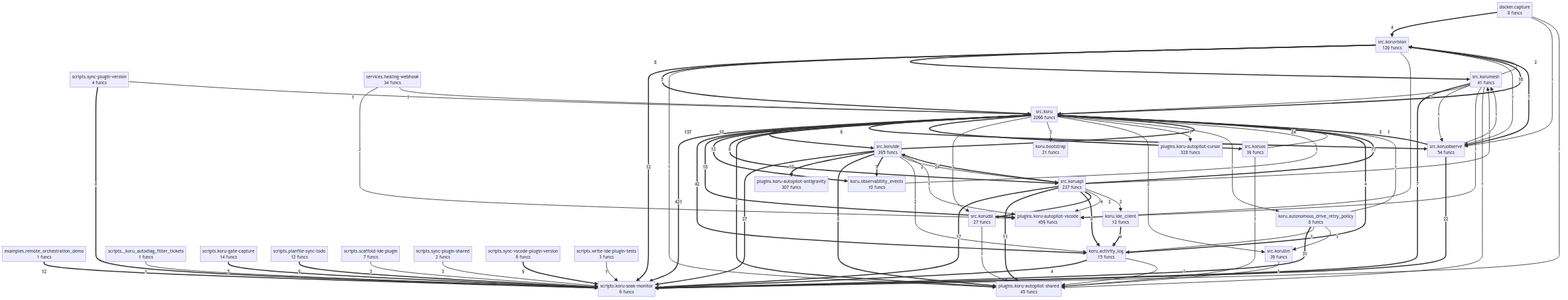
Above: project/compact_flow.png in semcod/koru (Mermaid), before the change. Its source is kept beside it as project/compact_flow.mmd.
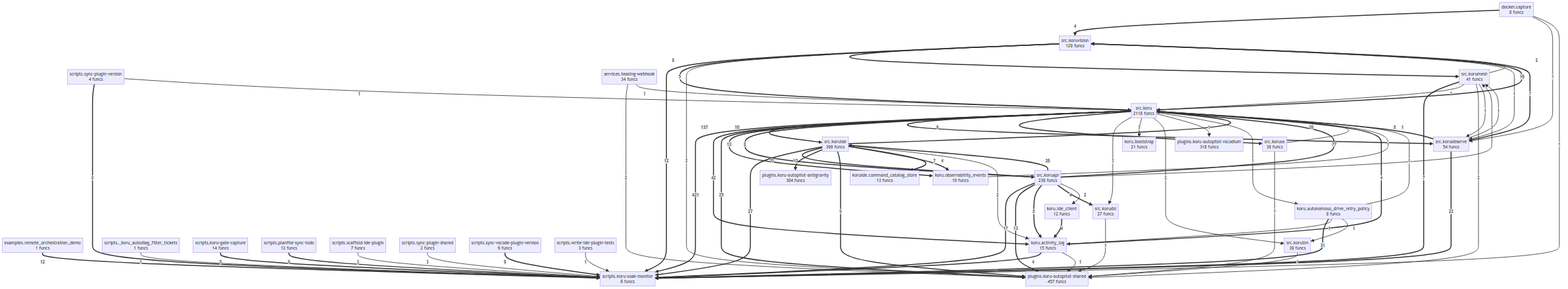
The same diagram one commit later.

Change to the diagram source:
```diff
@@ -6,10 +6,10 @@
     koru__bootstrap["koru.bootstrap<br/>21 funcs"]
     koru__ide_client["koru.ide_client<br/>12 funcs"]
     koru__observability_events["koru.observability_events<br/>10 funcs"]
-    plugins__koru_autopilot_antigravity["plugins.koru-autopilot-antigravity<br/>307 funcs"]
-    plugins__koru_autopilot_cursor["plugins.koru-autopilot-cursor<br/>328 funcs"]
-    plugins__koru_autopilot_shared["plugins.koru-autopilot-shared<br/>45 funcs"]
-    plugins__koru_autopilot_vscode["plugins.koru-autopilot-vscode<br/>459 funcs"]
+    koruide__command_catalog_store["koruide.command_catalog_store<br/>13 funcs"]
+    plugins__koru_autopilot_antigravity["plugins.koru-autopilot-antigravity<br/>304 funcs"]
+    plugins__koru_autopilot_shared["plugins.koru-autopilot-shared<br/>457 funcs"]
+    plugins__koru_autopilot_vscodium["plugins.koru-autopilot-vscodium<br/>318 funcs"]
     scripts___koru_autodiag_filter_tickets["scripts._koru_autodiag_filter_tickets<br/>1 funcs"]
     scripts__koru_gate_capture["scripts.koru-gate-capture<br/>14 funcs"]
     scripts__koru_soak_monitor["scripts.koru-soak-monitor<br/>6 funcs"]
@@ -20,10 +20,10 @@
     scripts__sync_vscode_plugin_version["scripts.sync-vscode-plugin-version<br/>6 funcs"]
     scripts__write_ide_plugin_tests["scripts.write-ide-plugin-tests<br/>3 funcs"]
     services__healing_webhook["services.healing-webhook<br/>34 funcs"]
-    src__koru["src.koru<br/>2066 funcs"]
-    src__koruapi["src.koruapi<br/>237 funcs"]
+    src__koru["src.koru<br/>2118 funcs"]
+    src__koruapi["src.koruapi<br/>239 funcs"]
     src__korudsl["src.korudsl<br/>27 funcs"]
-    src__koruide["src.koruide<br/>395 funcs"]
+    src__koruide["src.koruide<br/>399 funcs"]
     src__korullm["src.korullm<br/>39 funcs"]
     src__korumesh["src.korumesh<br/>41 funcs"]
     src__koruobserve["src.koruobserve<br/>54 funcs"]
@@ -35,34 +35,35 @@
     src__koru ==>|42| koru__activity_log
     koru__autonomous_drive_retry_policy ==>|31| scripts__koru_soak_monitor
     src__koruide ==>|27| scripts__koru_soak_monitor
-    src__koruapi ==>|24| src__koruide
-    src__koruide ==>|24| src__koru
+    src__koruapi ==>|26| src__koruide
+    src__koruide ==>|26| src__koru
+    src__koru ==>|25| plugins__koru_autopilot_shared
     src__koruobserve ==>|22| scripts__koru_soak_monitor
-    src__koru ==>|18| plugins__koru_autopilot_vscode
+    src__koruide ==>|20| src__koruapi
     src__koruapi ==>|17| scripts__koru_soak_monitor
     src__koru ==>|16| src__koruvision
+    src__koruapi ==>|13| plugins__koru_autopilot_shared
     src__koru ==>|13| koru__observability_events
     examples__remote_orchestration_demo ==>|12| scripts__koru_soak_monitor
     src__koruvision ==>|12| scripts__koru_soak_monitor
-    src__koruapi ==>|11| plugins__koru_autopilot_shared
     src__koruide ==>|10| plugins__koru_autopilot_antigravity
     src__koru ==>|10| src__koruobserve
+    src__koruide ==>|9| plugins__koru_autopilot_shared
     scripts__planfile_sync_todo ==>|9| scripts__koru_soak_monitor
     scripts__sync_vscode_plugin_version ==>|9| scripts__koru_soak_monitor
     src__koruobserve ==>|8| src__koru
     src__koruapi ==>|8| koru__activity_log
     src__koruvision ==>|8| src__korumesh
-    src__koruide ==>|8| plugins__koru_autopilot_shared
     src__koru ==>|8| src__koruapi
     scripts__sync_plugin_version ==>|8| scripts__koru_soak_monitor
     src__koruobserve ==>|7| src__koruvision
     src__korumesh ==>|7| scripts__koru_soak_monitor
-    src__koru ==>|7| plugins__koru_autopilot_shared
     src__koruide ==>|7| koru__observability_events
     src__koru ==>|6| src__koruos
     src__koruvision ==>|5| src__koru
     scripts__koru_gate_capture ==>|5| scripts__koru_soak_monitor
     src__koruapi ==>|4| src__korudsl
+    src__koruide ==>|4| koruide__command_catalog_store
     koru__ide_client ==>|4| koru__activity_log
     koru__activity_log ==>|4| src__koru
     koru__activity_log ==>|4| scripts__koru_soak_monitor
@@ -72,28 +73,23 @@
     src__koru -->|3| koru__bootstrap
     scripts__sync_plugin_shared -->|3| scripts__koru_soak_monitor
     scripts__scaffold_ide_plugin -->|3| scripts__koru_soak_monitor
-    services__healing_webhook -->|2| plugins__koru_autopilot_vscode
-    src__koruapi -->|2| plugins__koru_autopilot_vscode
+    services__healing_webhook -->|2| plugins__koru_autopilot_shared
     src__koruapi -->|2| koru__ide_client
+    src__koruvision -->|2| plugins__koru_autopilot_shared
     src__korumesh -->|2| src__koru
     src__korumesh -->|2| src__koruvision
+    src__korumesh -->|2| plugins__koru_autopilot_shared
     src__koruide -->|2| koru__activity_log
     src__koru -->|2| src__korullm
-    src__koruide -->|2| src__koruapi
     services__healing_webhook -->|1| src__koru
     src__koruobserve -->|1| src__korumesh
     src__koruos -->|1| plugins__koru_autopilot_shared
     src__koruos -->|1| src__koru
     src__korudsl -->|1| plugins__koru_autopilot_shared
     src__korullm -->|1| plugins__koru_autopilot_shared
-    src__koruvision -->|1| plugins__koru_autopilot_shared
-    src__koruvision -->|1| plugins__koru_autopilot_vscode
     src__koruvision -->|1| src__koruobserve
     src__korumesh -->|1| src__koruobserve
-    src__korumesh -->|1| plugins__koru_autopilot_vscode
-    src__korumesh -->|1| plugins__koru_autopilot_shared
-    src__koruide -->|1| plugins__koru_autopilot_vscode
-    src__koru -->|1| plugins__koru_autopilot_cursor
+    src__koru -->|1| plugins__koru_autopilot_vscodium
     koru__autonomous_drive_retry_policy -->|1| koru__activity_log
     koru__autonomous_drive_retry_policy -->|1| src__korullm
     koru__autonomous_drive_retry_policy -->|1| src__koru
```
